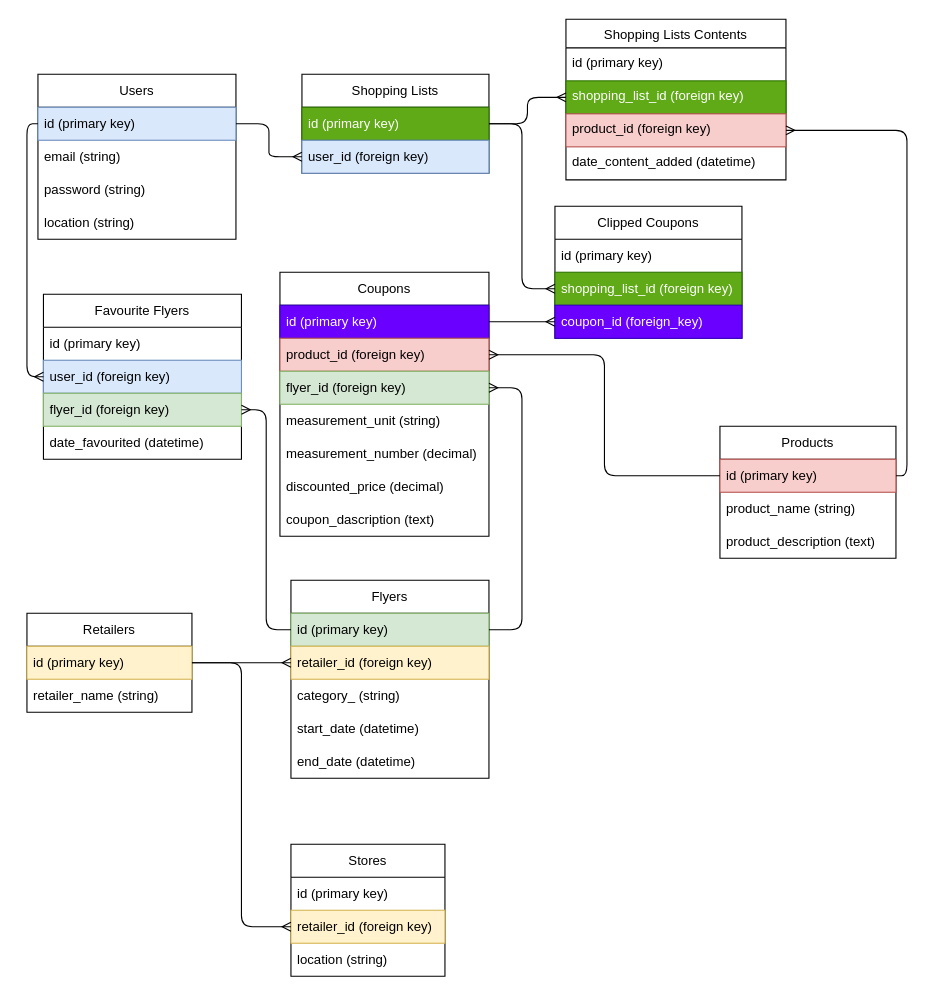
Earlier version of the draw.io diagram db-schema/relational_data_model.drawio (LaraCroftDev/flipp-app). Source tidied: cells renumbered, new cells numbered last; positions are measured from the earlier drawing's top-left corner, leaving out a move shared by most shapes. Both pictures are drawn from the tidied source at 110%, with x=0, y=0 at pixel (26, 19).
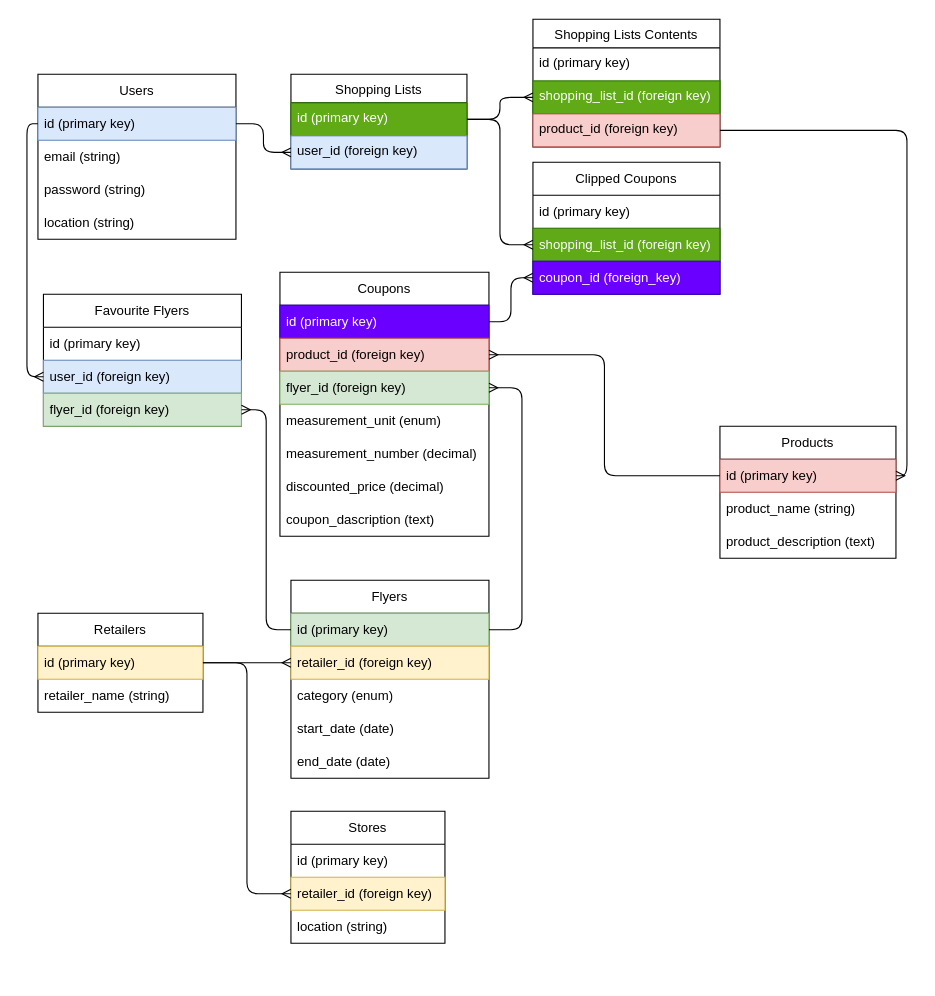
The same page after the edit.

Commit message (it also covers changes not shown here):
updated relational data model using ahrav's comments

Unchanged cells that the change refers to:
```xml
<mxCell id="3" value="id (primary key)" style="text;strokeColor=#6c8ebf;fillColor=#dae8fc;align=left;verticalAlign=middle;spacingLeft=4;spacingRight=4;overflow=hidden;points=[[0,0.5],[1,0.5]];portConstraint=eastwest;whiteSpace=wrap;html=1;" parent="2" vertex="1">
  <mxGeometry y="30" width="180" height="30" as="geometry" />
</mxCell>
<mxCell id="19" value="Flyers" style="swimlane;fontStyle=0;horizontal=1;startSize=30;whiteSpace=wrap;html=1;" parent="1" vertex="1">
  <mxGeometry x="240" y="510" width="180" height="180" as="geometry" />
</mxCell>
<mxCell id="27" value="id (primary key)" style="text;strokeColor=#b85450;fillColor=#f8cecc;align=left;verticalAlign=middle;spacingLeft=4;spacingRight=4;overflow=hidden;points=[[0,0.5],[1,0.5]];portConstraint=eastwest;whiteSpace=wrap;html=1;" parent="26" vertex="1">
  <mxGeometry y="30" width="160" height="30" as="geometry" />
</mxCell>
<mxCell id="30" value="Coupons" style="swimlane;fontStyle=0;horizontal=1;startSize=30;whiteSpace=wrap;html=1;" parent="1" vertex="1">
  <mxGeometry x="230" y="230" width="190" height="240" as="geometry" />
</mxCell>
<mxCell id="31" value="id (primary key)" style="text;strokeColor=#3700CC;fillColor=#6a00ff;align=left;verticalAlign=middle;spacingLeft=4;spacingRight=4;overflow=hidden;points=[[0,0.5],[1,0.5]];portConstraint=eastwest;whiteSpace=wrap;html=1;fontColor=#ffffff;" parent="30" vertex="1">
  <mxGeometry y="30" width="190" height="30" as="geometry" />
</mxCell>
<mxCell id="41" value="shopping_list_id (foreign key)" style="text;strokeColor=#2D7600;fillColor=#60a917;align=left;verticalAlign=middle;spacingLeft=4;spacingRight=4;overflow=hidden;points=[[0,0.5],[1,0.5]];portConstraint=eastwest;whiteSpace=wrap;html=1;fontColor=#ffffff;" parent="39" vertex="1">
  <mxGeometry y="60" width="170" height="30" as="geometry" />
</mxCell>
<mxCell id="42" value="coupon_id (foreign_key)" style="text;strokeColor=#3700CC;fillColor=#6a00ff;align=left;verticalAlign=middle;spacingLeft=4;spacingRight=4;overflow=hidden;points=[[0,0.5],[1,0.5]];portConstraint=eastwest;whiteSpace=wrap;html=1;fontColor=#ffffff;" parent="39" vertex="1">
  <mxGeometry y="90" width="170" height="30" as="geometry" />
</mxCell>
```

What changed in the source:
```diff
@@
-    <mxCell id="7" value="Shopping Lists" style="swimlane;fontStyle=0;horizontal=1;startSize=30;whiteSpace=wrap;html=1;" parent="1" vertex="1">
-      <mxGeometry x="250" y="50" width="170" height="90" as="geometry" />
-    </mxCell>
-    <mxCell id="8" value="id (primary key)" style="text;align=left;verticalAlign=middle;spacingLeft=4;spacingRight=4;overflow=hidden;points=[[0,0.5],[1,0.5]];portConstraint=eastwest;whiteSpace=wrap;html=1;fillColor=#60a917;fontColor=#ffffff;strokeColor=#2D7600;" parent="7" vertex="1">
-      <mxGeometry y="30" width="170" height="30" as="geometry" />
-    </mxCell>
-    <mxCell id="9" value="user_id (foreign key)" style="text;strokeColor=#6c8ebf;fillColor=#dae8fc;align=left;verticalAlign=middle;spacingLeft=4;spacingRight=4;overflow=hidden;points=[[0,0.5],[1,0.5]];portConstraint=eastwest;whiteSpace=wrap;html=1;" parent="7" vertex="1">
-      <mxGeometry y="60" width="170" height="30" as="geometry" />
-    </mxCell>
-    <mxCell id="10" style="edgeStyle=entityRelationEdgeStyle;fontSize=12;html=1;endArrow=ERmany;entryX=0;entryY=0.5;entryDx=0;entryDy=0;exitX=1;exitY=0.5;exitDx=0;exitDy=0;" parent="1" edge="1" source="3" target="9">
-      <mxGeometry relative="1" as="geometry" />
-    </mxCell>
     <mxCell id="11" value="Retailers" style="swimlane;fontStyle=0;horizontal=1;startSize=30;whiteSpace=wrap;html=1;" parent="1" vertex="1">
-      <mxGeometry y="540" width="150" height="90" as="geometry" />
+      <mxGeometry x="10" y="540" width="150" height="90" as="geometry" />
     </mxCell>
@@
     <mxCell id="14" value="Stores" style="swimlane;fontStyle=0;horizontal=1;startSize=30;whiteSpace=wrap;html=1;" parent="1" vertex="1">
-      <mxGeometry x="240" y="750" width="140" height="120" as="geometry" />
+      <mxGeometry x="240" y="720" width="140" height="120" as="geometry" />
     </mxCell>
@@
-    <mxCell id="22" value="category_ (string)" style="text;strokeColor=none;fillColor=none;align=left;verticalAlign=middle;spacingLeft=4;spacingRight=4;overflow=hidden;whiteSpace=wrap;html=1;" parent="19" vertex="1">
+    <mxCell id="22" value="category (enum)" style="text;strokeColor=none;fillColor=none;align=left;verticalAlign=middle;spacingLeft=4;spacingRight=4;overflow=hidden;whiteSpace=wrap;html=1;" parent="19" vertex="1">
       <mxGeometry y="90" width="180" height="30" as="geometry" />
     </mxCell>
-    <mxCell id="23" value="start_date (datetime)" style="text;strokeColor=none;fillColor=none;align=left;verticalAlign=middle;spacingLeft=4;spacingRight=4;overflow=hidden;whiteSpace=wrap;html=1;" parent="19" vertex="1">
+    <mxCell id="23" value="start_date (date)" style="text;strokeColor=none;fillColor=none;align=left;verticalAlign=middle;spacingLeft=4;spacingRight=4;overflow=hidden;whiteSpace=wrap;html=1;" parent="19" vertex="1">
       <mxGeometry y="120" width="180" height="30" as="geometry" />
     </mxCell>
-    <mxCell id="24" value="end_date (datetime)" style="text;strokeColor=none;fillColor=none;align=left;verticalAlign=middle;spacingLeft=4;spacingRight=4;overflow=hidden;whiteSpace=wrap;html=1;" parent="19" vertex="1">
+    <mxCell id="24" value="end_date (date)" style="text;strokeColor=none;fillColor=none;align=left;verticalAlign=middle;spacingLeft=4;spacingRight=4;overflow=hidden;whiteSpace=wrap;html=1;" parent="19" vertex="1">
       <mxGeometry y="150" width="180" height="30" as="geometry" />
     </mxCell>
@@
-    <mxCell id="34" value="measurement_unit (string)" style="text;strokeColor=none;fillColor=none;align=left;verticalAlign=middle;spacingLeft=4;spacingRight=4;overflow=hidden;whiteSpace=wrap;html=1;" parent="30" vertex="1">
+    <mxCell id="34" value="measurement_unit (enum)" style="text;strokeColor=none;fillColor=none;align=left;verticalAlign=middle;spacingLeft=4;spacingRight=4;overflow=hidden;whiteSpace=wrap;html=1;" parent="30" vertex="1">
       <mxGeometry y="120" width="190" height="30" as="geometry" />
     </mxCell>
@@
     <mxCell id="39" value="Clipped Coupons" style="swimlane;fontStyle=0;horizontal=1;startSize=30;whiteSpace=wrap;html=1;" parent="1" vertex="1">
-      <mxGeometry x="480" y="170" width="170" height="120" as="geometry" />
+      <mxGeometry x="460" y="130" width="170" height="120" as="geometry" />
     </mxCell>
@@
-    <mxCell id="43" style="edgeStyle=entityRelationEdgeStyle;fontSize=12;html=1;endArrow=ERmany;exitX=1;exitY=0.5;exitDx=0;exitDy=0;entryX=0;entryY=0.5;entryDx=0;entryDy=0;" parent="1" edge="1" source="8" target="41">
-      <mxGeometry relative="1" as="geometry" />
-    </mxCell>
-    <mxCell id="44" style="fontSize=12;html=1;endArrow=ERmany;entryX=0;entryY=0.5;entryDx=0;entryDy=0;" parent="1" edge="1" target="42">
-      <mxGeometry relative="1" as="geometry">
-        <mxPoint x="420" y="275" as="sourcePoint" />
-      </mxGeometry>
-    </mxCell>
     <mxCell id="45" value="Shopping Lists Contents" style="swimlane;fontStyle=0;horizontal=1;startSize=26;align=center;fontSize=12;" parent="1" vertex="1">
-      <mxGeometry x="490" width="200" height="146" as="geometry" />
+      <mxGeometry x="460" width="170" height="116" as="geometry" />
     </mxCell>
     <mxCell id="46" value="id (primary key)" style="text;strokeColor=none;fillColor=none;spacingLeft=4;spacingRight=4;overflow=hidden;fontSize=12;" parent="45" vertex="1">
-      <mxGeometry y="26" width="200" height="30" as="geometry" />
+      <mxGeometry y="26" width="170" height="30" as="geometry" />
     </mxCell>
     <mxCell id="47" value="shopping_list_id (foreign key)" style="text;strokeColor=#2D7600;fillColor=#60a917;spacingLeft=4;spacingRight=4;overflow=hidden;points=[[0,0.5],[1,0.5]];portConstraint=eastwest;fontSize=12;fontColor=#ffffff;" parent="45" vertex="1">
-      <mxGeometry y="56" width="200" height="30" as="geometry" />
+      <mxGeometry y="56" width="170" height="30" as="geometry" />
     </mxCell>
     <mxCell id="48" value="product_id (foreign key)" style="text;strokeColor=#b85450;fillColor=#f8cecc;spacingLeft=4;spacingRight=4;overflow=hidden;points=[[0,0.5],[1,0.5]];portConstraint=eastwest;fontSize=12;" parent="45" vertex="1">
-      <mxGeometry y="86" width="200" height="30" as="geometry" />
+      <mxGeometry y="86" width="170" height="30" as="geometry" />
     </mxCell>
-    <mxCell id="49" value="date_content_added (datetime)" style="text;strokeColor=none;fillColor=none;spacingLeft=4;spacingRight=4;overflow=hidden;fontSize=12;" parent="45" vertex="1">
-      <mxGeometry y="116" width="200" height="30" as="geometry" />
-    </mxCell>
-    <mxCell id="50" style="edgeStyle=orthogonalEdgeStyle;fontSize=12;html=1;endArrow=ERmany;entryX=0;entryY=0.5;entryDx=0;entryDy=0;exitX=1;exitY=0.5;exitDx=0;exitDy=0;" parent="1" edge="1" source="8" target="47">
-      <mxGeometry relative="1" as="geometry" />
-    </mxCell>
     <mxCell id="51" value="Favourite Flyers" style="swimlane;fontStyle=0;horizontal=1;startSize=30;whiteSpace=wrap;html=1;" parent="1" vertex="1">
-      <mxGeometry x="15" y="250" width="180" height="150" as="geometry" />
+      <mxGeometry x="15" y="250" width="180" height="120" as="geometry" />
     </mxCell>
@@
-    <mxCell id="55" value="date_favourited (datetime)" style="text;strokeColor=none;fillColor=none;align=left;verticalAlign=middle;spacingLeft=4;spacingRight=4;overflow=hidden;whiteSpace=wrap;html=1;" parent="51" vertex="1">
-      <mxGeometry y="120" width="180" height="30" as="geometry" />
-    </mxCell>
@@
-    <mxCell id="58" style="edgeStyle=orthogonalEdgeStyle;fontSize=12;html=1;endArrow=ERmany;entryX=1;entryY=0.5;entryDx=0;entryDy=0;exitX=1;exitY=0.5;exitDx=0;exitDy=0;" parent="1" edge="1" source="27" target="48">
-      <mxGeometry relative="1" as="geometry" />
-    </mxCell>
@@
+    <mxCell id="7" value="Shopping Lists" style="swimlane;fontStyle=0;horizontal=1;startSize=26;align=center;fontSize=12;" parent="1" vertex="1">
+      <mxGeometry x="240" y="50" width="160" height="86" as="geometry" />
+    </mxCell>
+    <mxCell id="8" value="id (primary key)" style="text;strokeColor=#2D7600;fillColor=#60a917;spacingLeft=4;spacingRight=4;overflow=hidden;points=[[0,0.5],[1,0.5]];portConstraint=eastwest;fontSize=12;fontColor=#ffffff;" parent="7" vertex="1">
+      <mxGeometry y="26" width="160" height="30" as="geometry" />
+    </mxCell>
+    <mxCell id="9" value="user_id (foreign key)" style="text;strokeColor=#6c8ebf;fillColor=#dae8fc;spacingLeft=4;spacingRight=4;overflow=hidden;points=[[0,0.5],[1,0.5]];portConstraint=eastwest;fontSize=12;" parent="7" vertex="1">
+      <mxGeometry y="56" width="160" height="30" as="geometry" />
+    </mxCell>
+    <mxCell id="10" style="edgeStyle=orthogonalEdgeStyle;fontSize=12;html=1;endArrow=ERmany;entryX=0;entryY=0.5;entryDx=0;entryDy=0;exitX=1;exitY=0.5;exitDx=0;exitDy=0;" parent="1" edge="1" source="3" target="9">
+      <mxGeometry relative="1" as="geometry" />
+    </mxCell>
+    <mxCell id="50" style="edgeStyle=orthogonalEdgeStyle;fontSize=12;html=1;endArrow=ERmany;entryX=0;entryY=0.5;entryDx=0;entryDy=0;exitX=1;exitY=0.5;exitDx=0;exitDy=0;" parent="1" edge="1" source="8" target="47">
+      <mxGeometry relative="1" as="geometry" />
+    </mxCell>
+    <mxCell id="43" style="edgeStyle=entityRelationEdgeStyle;fontSize=12;html=1;endArrow=ERmany;entryX=0;entryY=0.5;entryDx=0;entryDy=0;exitX=1;exitY=0.5;exitDx=0;exitDy=0;" parent="1" edge="1" source="8" target="41">
+      <mxGeometry relative="1" as="geometry" />
+    </mxCell>
+    <mxCell id="60" style="edgeStyle=orthogonalEdgeStyle;fontSize=12;html=1;endArrow=ERmany;entryX=1;entryY=0.5;entryDx=0;entryDy=0;exitX=1;exitY=0.5;exitDx=0;exitDy=0;" parent="1" edge="1" source="48" target="27">
+      <mxGeometry relative="1" as="geometry" />
+    </mxCell>
+    <mxCell id="61" style="edgeStyle=orthogonalEdgeStyle;fontSize=12;html=1;endArrow=ERmany;entryX=0;entryY=0.5;entryDx=0;entryDy=0;exitX=1;exitY=0.5;exitDx=0;exitDy=0;" parent="1" edge="1" source="31" target="42">
+      <mxGeometry relative="1" as="geometry" />
+    </mxCell>
```
